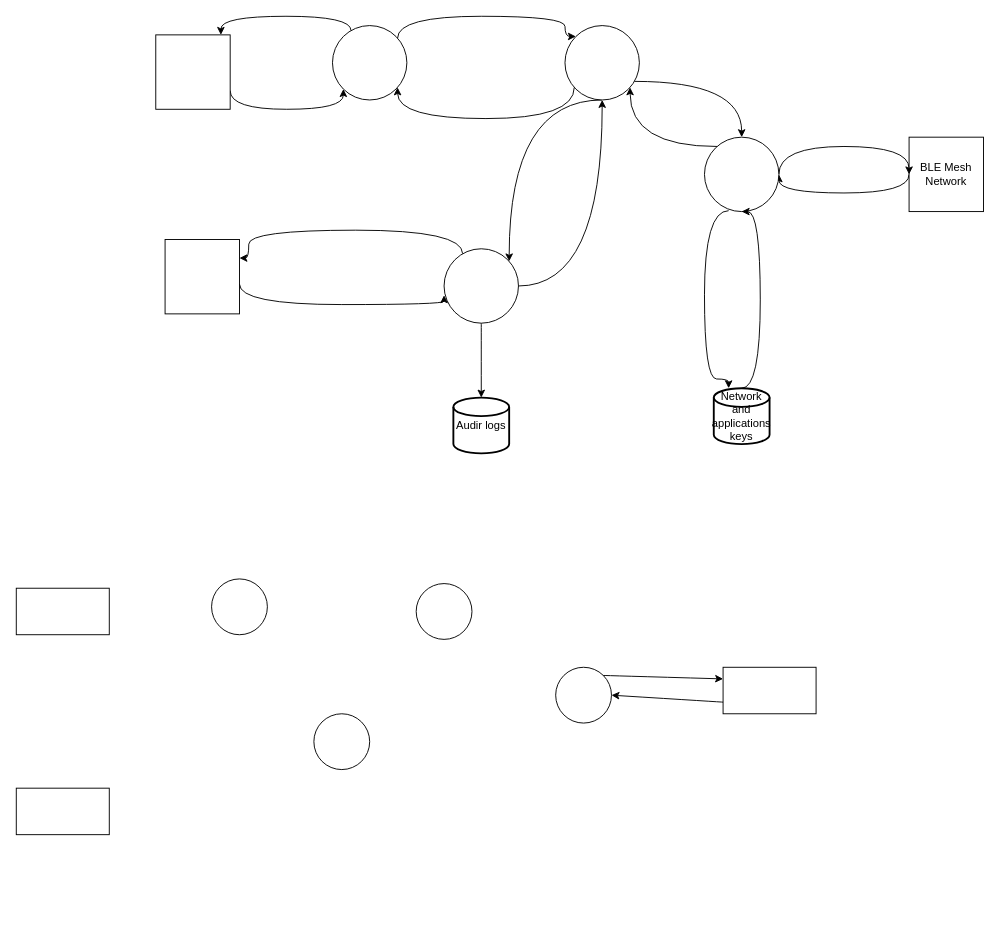
Earlier version of the draw.io diagram Untitled Diagram.drawio (vibhanshuDhote/diagrams). Source tidied: cells renumbered, new cells numbered last; positions are measured from the earlier drawing's top-left corner, leaving out a move shared by most shapes. Both pictures are drawn from the tidied source at 93%, with x=0, y=0 at pixel (16, 16).
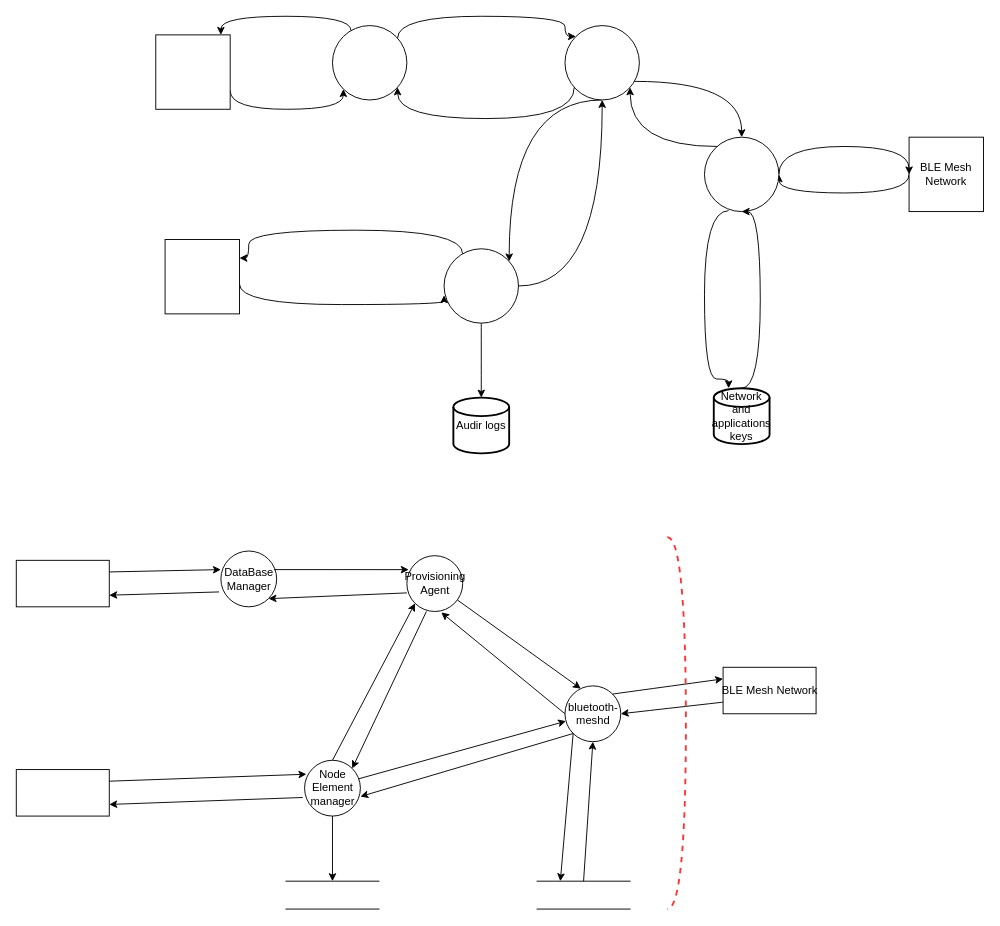
Above is the later version.

What changed in the source:
```diff
@@
-    <mxCell id="26" style="html=1;dashed=0;whitespace=wrap;" parent="1" vertex="1">
+    <mxCell id="26" value="BLE Mesh Network" style="html=1;dashed=0;whitespace=wrap;" parent="1" vertex="1">
       <mxGeometry x="760" y="700" width="100" height="50" as="geometry" />
     </mxCell>
     <mxCell id="27" style="html=1;dashed=0;whitespace=wrap;" parent="1" vertex="1">
-      <mxGeometry y="830" width="100" height="50" as="geometry" />
+      <mxGeometry y="810" width="100" height="50" as="geometry" />
     </mxCell>
     <mxCell id="28" style="html=1;dashed=0;whitespace=wrap;" parent="1" vertex="1">
-      <mxGeometry y="615" width="100" height="50" as="geometry" />
+      <mxGeometry y="585" width="100" height="50" as="geometry" />
     </mxCell>
-    <mxCell id="29" style="shape=ellipse;html=1;dashed=0;whitespace=wrap;perimeter=ellipsePerimeter;" parent="1" vertex="1">
-      <mxGeometry x="580" y="700" width="60" height="60" as="geometry" />
+    <mxCell id="29" value="bluetooth-&lt;br&gt;meshd" style="shape=ellipse;html=1;dashed=0;whitespace=wrap;perimeter=ellipsePerimeter;" parent="1" vertex="1">
+      <mxGeometry x="590" y="720" width="60" height="60" as="geometry" />
     </mxCell>
-    <mxCell id="30" style="shape=ellipse;html=1;dashed=0;whitespace=wrap;perimeter=ellipsePerimeter;" parent="1" vertex="1">
-      <mxGeometry x="320" y="750" width="60" height="60" as="geometry" />
+    <mxCell id="30" value="Node&lt;br&gt;Element&lt;br&gt;manager" style="shape=ellipse;html=1;dashed=0;whitespace=wrap;perimeter=ellipsePerimeter;" parent="1" vertex="1">
+      <mxGeometry x="310" y="800" width="60" height="60" as="geometry" />
     </mxCell>
-    <mxCell id="31" style="shape=ellipse;html=1;dashed=0;whitespace=wrap;perimeter=ellipsePerimeter;" parent="1" vertex="1">
-      <mxGeometry x="430" y="610" width="60" height="60" as="geometry" />
+    <mxCell id="31" value="Provisioning&lt;br&gt;Agent" style="shape=ellipse;html=1;dashed=0;whitespace=wrap;perimeter=ellipsePerimeter;" parent="1" vertex="1">
+      <mxGeometry x="420" y="580" width="60" height="60" as="geometry" />
     </mxCell>
-    <mxCell id="32" style="shape=ellipse;html=1;dashed=0;whitespace=wrap;perimeter=ellipsePerimeter;" parent="1" vertex="1">
-      <mxGeometry x="210" y="605" width="60" height="60" as="geometry" />
+    <mxCell id="32" value="DataBase&lt;br&gt;Manager" style="shape=ellipse;html=1;dashed=0;whitespace=wrap;perimeter=ellipsePerimeter;" parent="1" vertex="1">
+      <mxGeometry x="220" y="575" width="60" height="60" as="geometry" />
     </mxCell>
@@
+    <mxCell id="35" style="endArrow=classic;html=1;rounded=0;entryX=0.283;entryY=0.05;entryDx=0;entryDy=0;entryPerimeter=0;" parent="1" edge="1" source="31" target="29">
+      <mxGeometry relative="1" as="geometry" />
+    </mxCell>
+    <mxCell id="36" style="endArrow=classic;html=1;rounded=0;entryX=0.617;entryY=1.017;entryDx=0;entryDy=0;entryPerimeter=0;exitX=0;exitY=0.5;exitDx=0;exitDy=0;" parent="1" edge="1" source="29" target="31">
+      <mxGeometry relative="1" as="geometry" />
+    </mxCell>
+    <mxCell id="37" style="endArrow=classic;html=1;rounded=0;entryX=1;entryY=1;entryDx=0;entryDy=0;exitX=0;exitY=0.667;exitDx=0;exitDy=0;exitPerimeter=0;" parent="1" edge="1" source="31" target="32">
+      <mxGeometry relative="1" as="geometry" />
+    </mxCell>
+    <mxCell id="38" style="endArrow=classic;html=1;rounded=0;exitX=0.95;exitY=0.333;exitDx=0;exitDy=0;exitPerimeter=0;entryX=0.033;entryY=0.25;entryDx=0;entryDy=0;entryPerimeter=0;" parent="1" edge="1" source="32" target="31">
+      <mxGeometry relative="1" as="geometry" />
+    </mxCell>
+    <mxCell id="39" style="endArrow=classic;html=1;rounded=0;exitX=1;exitY=0.25;exitDx=0;exitDy=0;entryX=0;entryY=0.333;entryDx=0;entryDy=0;entryPerimeter=0;" parent="1" edge="1" source="28" target="32">
+      <mxGeometry relative="1" as="geometry" />
+    </mxCell>
+    <mxCell id="40" style="endArrow=classic;html=1;rounded=0;entryX=1;entryY=0.75;entryDx=0;entryDy=0;exitX=-0.033;exitY=0.733;exitDx=0;exitDy=0;exitPerimeter=0;" parent="1" edge="1" source="32" target="28">
+      <mxGeometry relative="1" as="geometry" />
+    </mxCell>
+    <mxCell id="41" style="endArrow=classic;html=1;rounded=0;entryX=0.033;entryY=0.25;entryDx=0;entryDy=0;entryPerimeter=0;exitX=1;exitY=0.25;exitDx=0;exitDy=0;" parent="1" edge="1" source="27" target="30">
+      <mxGeometry relative="1" as="geometry" />
+    </mxCell>
+    <mxCell id="42" style="endArrow=classic;html=1;rounded=0;entryX=1;entryY=0.75;entryDx=0;entryDy=0;exitX=-0.033;exitY=0.667;exitDx=0;exitDy=0;exitPerimeter=0;" parent="1" edge="1" source="30" target="27">
+      <mxGeometry relative="1" as="geometry" />
+    </mxCell>
+    <mxCell id="43" style="endArrow=classic;html=1;rounded=0;entryX=0;entryY=1;entryDx=0;entryDy=0;exitX=0.5;exitY=0;exitDx=0;exitDy=0;" parent="1" edge="1" source="30" target="31">
+      <mxGeometry relative="1" as="geometry" />
+    </mxCell>
+    <mxCell id="44" style="endArrow=classic;html=1;rounded=0;entryX=1;entryY=0;entryDx=0;entryDy=0;exitX=0.35;exitY=1;exitDx=0;exitDy=0;exitPerimeter=0;" parent="1" edge="1" source="31" target="30">
+      <mxGeometry relative="1" as="geometry" />
+    </mxCell>
+    <mxCell id="45" style="html=1;dashed=0;whitespace=wrap;shape=partialRectangle;right=0;left=0;" parent="1" vertex="1">
+      <mxGeometry x="560" y="930" width="100" height="30" as="geometry" />
+    </mxCell>
+    <mxCell id="46" style="html=1;dashed=0;whitespace=wrap;shape=partialRectangle;right=0;left=0;" parent="1" vertex="1">
+      <mxGeometry x="290" y="930" width="100" height="30" as="geometry" />
+    </mxCell>
+    <mxCell id="47" style="endArrow=classic;html=1;rounded=0;exitX=0.5;exitY=0;exitDx=0;exitDy=0;entryX=0.5;entryY=1;entryDx=0;entryDy=0;" parent="1" edge="1" source="45" target="29">
+      <mxGeometry relative="1" as="geometry" />
+    </mxCell>
+    <mxCell id="48" style="endArrow=classic;html=1;rounded=0;exitX=0;exitY=1;exitDx=0;exitDy=0;entryX=0.25;entryY=0;entryDx=0;entryDy=0;" parent="1" edge="1" source="29" target="45">
+      <mxGeometry relative="1" as="geometry" />
+    </mxCell>
+    <mxCell id="49" style="endArrow=classic;html=1;rounded=0;entryX=0.5;entryY=0;entryDx=0;entryDy=0;" parent="1" edge="1" source="30" target="46">
+      <mxGeometry relative="1" as="geometry" />
+    </mxCell>
+    <mxCell id="50" style="endArrow=classic;html=1;rounded=0;exitX=0.967;exitY=0.333;exitDx=0;exitDy=0;exitPerimeter=0;" parent="1" edge="1" source="30" target="29">
+      <mxGeometry relative="1" as="geometry" />
+    </mxCell>
+    <mxCell id="51" style="endArrow=classic;html=1;rounded=0;entryX=1;entryY=0.65;entryDx=0;entryDy=0;entryPerimeter=0;exitX=0;exitY=1;exitDx=0;exitDy=0;" parent="1" edge="1" source="29" target="30">
+      <mxGeometry relative="1" as="geometry" />
+    </mxCell>
+    <mxCell id="52" style="shape=requiredInterface;html=1;verticalLabelPosition=bottom;dashed=1;strokeColor=#FF3333;strokeWidth=2;fillColor=none;fontColor=#FF3333;align=left;" parent="1" vertex="1">
+      <mxGeometry x="700" y="560" width="20" height="400" as="geometry" />
+    </mxCell>
```
